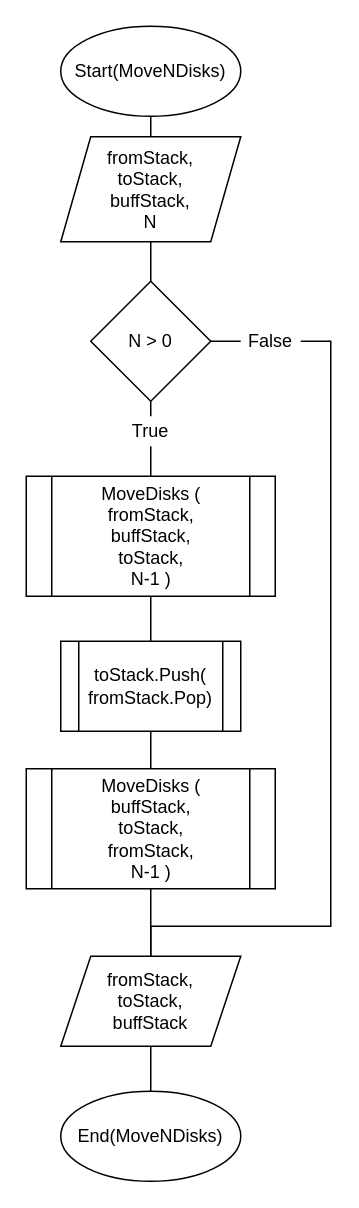
Before: page "MoveNDisks" (2 of 6) of lab6/diagram.drawio in MrTimeGo/ads-petselia-kp01, a draw.io diagram. Source tidied: cells renumbered, new cells numbered last; positions are measured from the earlier drawing's top-left corner, leaving out a move shared by most shapes. Both pictures are drawn from the tidied source at 150%, with x=0, y=0 at pixel (26, 26).
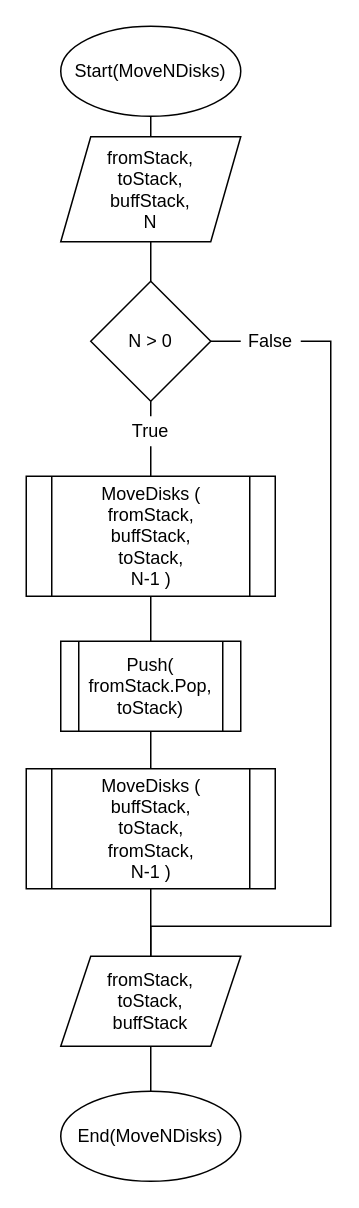
The same diagram, later.

Change to the diagram source:
```diff
@@
-    <mxCell id="16" value="toStack.Push(&lt;br&gt;fromStack.Pop)" style="shape=process;whiteSpace=wrap;html=1;backgroundOutline=1;" parent="1" vertex="1">
+    <mxCell id="16" value="Push(&lt;br&gt;fromStack.Pop,&lt;br&gt;toStack)" style="shape=process;whiteSpace=wrap;html=1;backgroundOutline=1;" parent="1" vertex="1">
       <mxGeometry x="23" y="410" width="120" height="60" as="geometry" />
     </mxCell>
```
